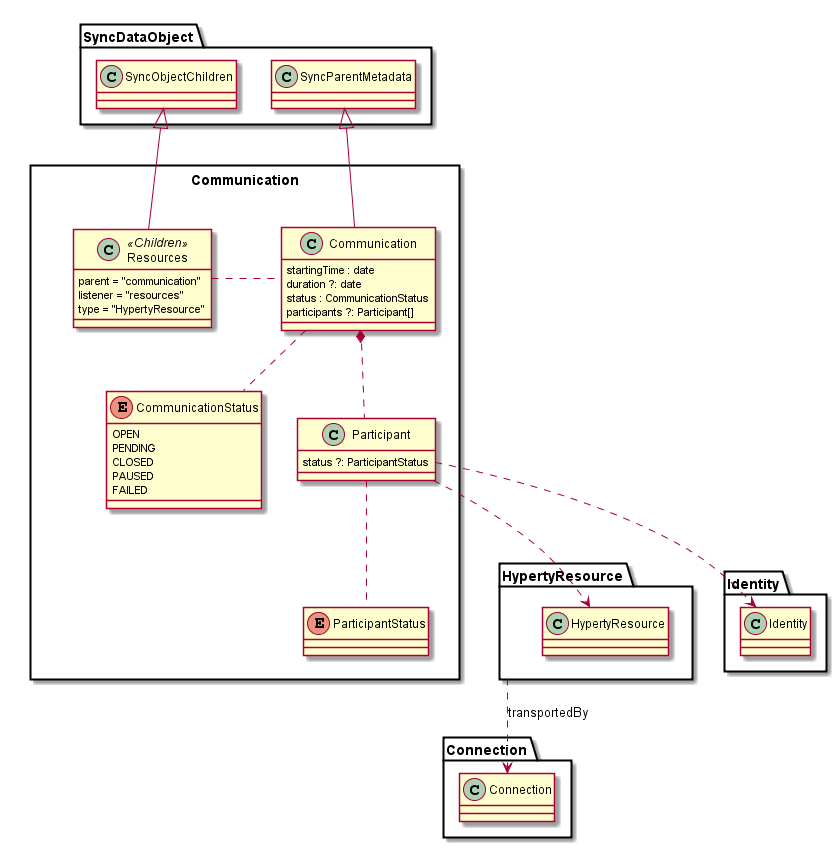
Above: datamodel/data-objects/communication/Communication-Data-Object-Model.png in reTHINK-project/specs (PlantUML), before the change.
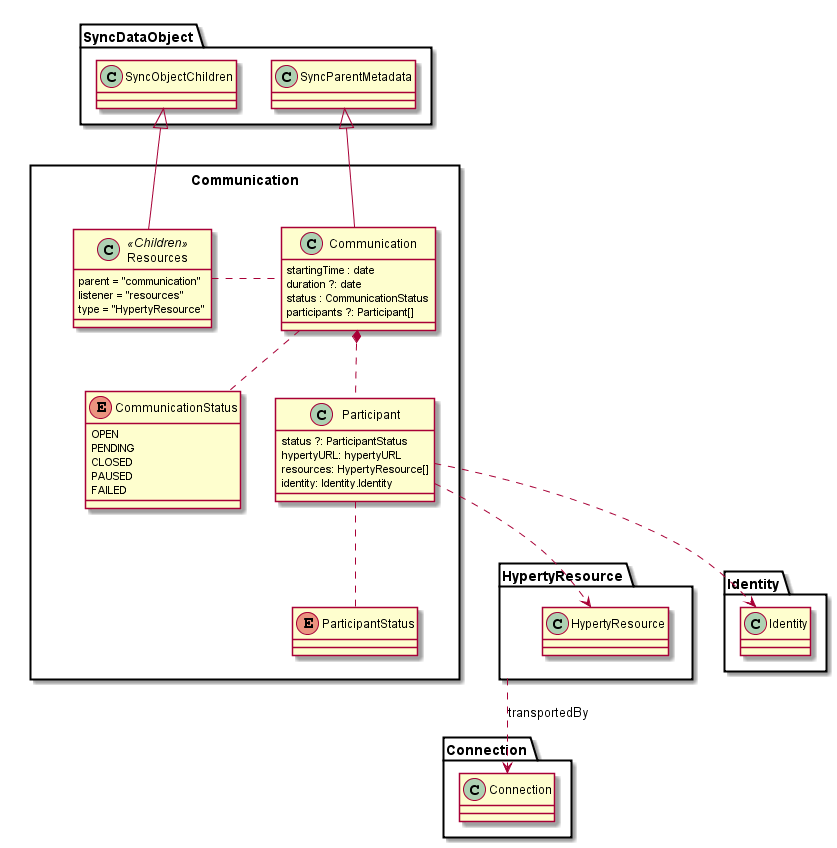
Later version of the same file.

Commit message:
Communication-Data-Object-Model updated

Diff of the diagram source:
```diff
@@ -29,6 +29,9 @@
 
 	class Participant {
 		status ?: ParticipantStatus
+		hypertyURL: hypertyURL
+		resources: HypertyResource[]
+		identity: Identity.Identity
 	}
 
 
```
